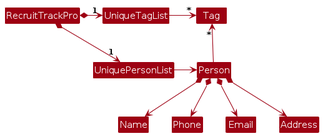
This is diagrams/BetterModelClassDiagram.png from AY2425S2-CS2103-F15-3/tp, a PlantUML export, as it was before one commit. Its source is kept beside it as diagrams/BetterModelClassDiagram.puml.
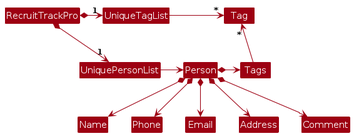
The same file after the commit.

What changed in the source:
```diff
@@ -12,10 +12,12 @@
 UniqueTagList -right-> "*" Tag
 UniquePersonList -right-> Person
 
-Person -up-> "*" Tag
+Tags -up-> "*" Tag
+Person *-right-> Tags
 
 Person *--> Name
 Person *--> Phone
 Person *--> Email
 Person *--> Address
+Person *--> Comment
 @enduml
```
